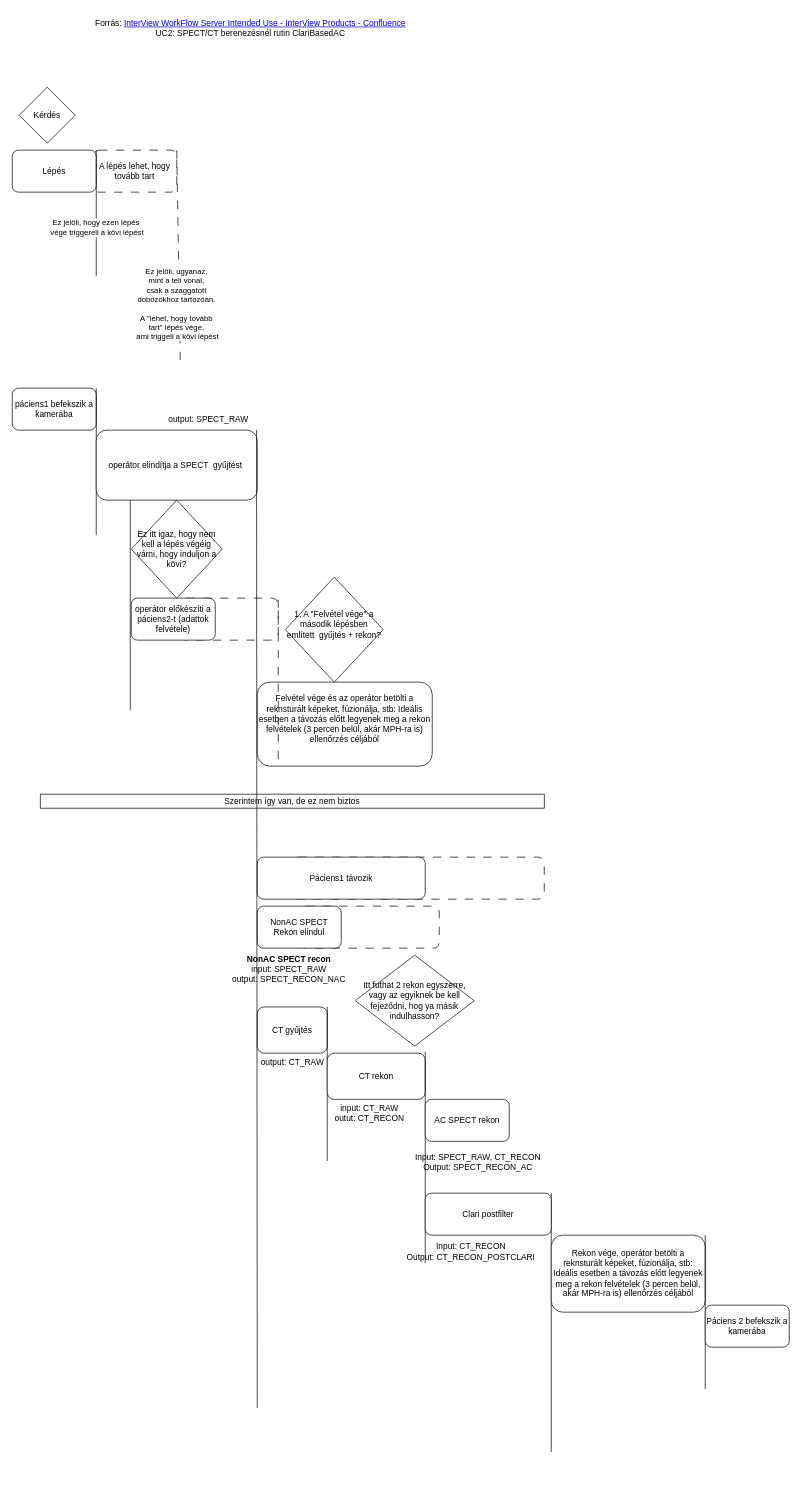
Earlier version of the draw.io diagram IV_Flow_diagram_UC3_SPECT_CT berenezésnél SyCT is készül.drawio (szvatai1985/drawio_files). Source tidied: cells renumbered, new cells numbered last; positions are measured from the earlier drawing's top-left corner, leaving out a move shared by most shapes. Both pictures are drawn from the tidied source at 70%, with x=0, y=0 at pixel (12, 12).
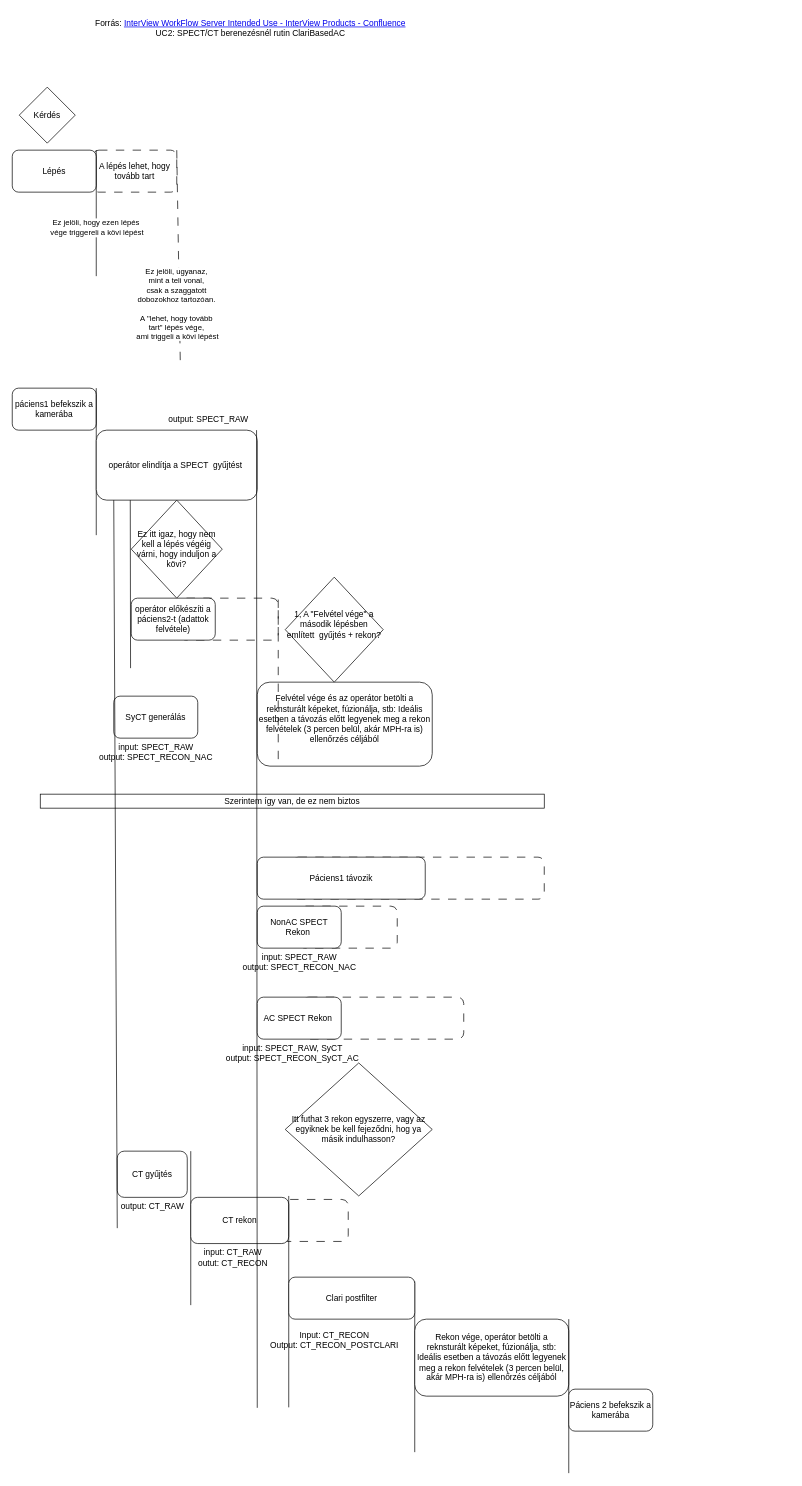
Above is the later version.

Commit message:
készre rajzolva

What changed in the source:
```diff
@@
+    <mxCell id="43" style="rounded=1;whiteSpace=wrap;html=1;dashed=1;dashPattern=12 12;" parent="1" vertex="1">
+      <mxGeometry x="340" y="1696" width="140" height="60" as="geometry" />
+    </mxCell>
@@
     <mxCell id="12" style="endArrow=none;html=1;rounded=0;" parent="1" edge="1">
       <mxGeometry relative="1" as="geometry">
-        <mxPoint x="168.6" y="997" as="sourcePoint" />
+        <mxPoint x="169" y="937" as="sourcePoint" />
         <mxPoint x="168.6" y="697" as="targetPoint" />
       </mxGeometry>
     </mxCell>
@@
     <mxCell id="20" style="rounded=1;whiteSpace=wrap;html=1;dashed=1;dashPattern=12 12;" parent="1" vertex="1">
-      <mxGeometry x="410" y="1277" width="200" height="60" as="geometry" />
+      <mxGeometry x="410" y="1277" width="140" height="60" as="geometry" />
     </mxCell>
@@
-    <mxCell id="24" value="NonAC SPECT Rekon elindul" style="rounded=1;whiteSpace=wrap;html=1;" parent="1" vertex="1">
+    <mxCell id="24" value="NonAC SPECT Rekon&amp;nbsp;" style="rounded=1;whiteSpace=wrap;html=1;" parent="1" vertex="1">
       <mxGeometry x="350" y="1277" width="120" height="60" as="geometry" />
     </mxCell>
     <mxCell id="25" style="endArrow=none;html=1;rounded=0;entryX=1;entryY=0;entryDx=0;entryDy=0;" parent="1" edge="1">
       <mxGeometry relative="1" as="geometry">
-        <mxPoint x="770" y="2057" as="sourcePoint" />
-        <mxPoint x="770" y="1687" as="targetPoint" />
+        <mxPoint x="575" y="2057" as="sourcePoint" />
+        <mxPoint x="575" y="1813" as="targetPoint" />
       </mxGeometry>
     </mxCell>
     <mxCell id="26" value="Rekon vége, operátor betölti a reknsturált képeket, fúzionálja, stb: Ideális esetben a távozás előtt legyenek meg a rekon felvételek (3 percen belül, akár MPH-ra is) ellenőrzés céljából" style="rounded=1;whiteSpace=wrap;html=1;" parent="1" vertex="1">
-      <mxGeometry x="770" y="1747" width="220" height="110" as="geometry" />
+      <mxGeometry x="575" y="1867" width="220" height="110" as="geometry" />
     </mxCell>
     <mxCell id="27" style="endArrow=none;html=1;rounded=0;entryX=1;entryY=0;entryDx=0;entryDy=0;" parent="1" edge="1">
       <mxGeometry relative="1" as="geometry">
-        <mxPoint x="990" y="1967" as="sourcePoint" />
-        <mxPoint x="990" y="1747" as="targetPoint" />
+        <mxPoint x="795" y="2087" as="sourcePoint" />
+        <mxPoint x="795" y="1867" as="targetPoint" />
       </mxGeometry>
     </mxCell>
     <mxCell id="28" value="&lt;div&gt;Páciens 2 befekszik a kamerába&lt;/div&gt;" style="rounded=1;whiteSpace=wrap;html=1;" parent="1" vertex="1">
-      <mxGeometry x="990" y="1847" width="120" height="60" as="geometry" />
+      <mxGeometry x="795" y="1967" width="120" height="60" as="geometry" />
     </mxCell>
@@
-    <mxCell id="30" value="&lt;b&gt;NonAC SPECT recon&lt;/b&gt;&lt;div&gt;&lt;div&gt;input: SPECT_RAW&lt;/div&gt;&lt;div&gt;output: SPECT_RECON_NAC&lt;/div&gt;&lt;/div&gt;" style="text;html=1;align=center;verticalAlign=middle;strokeColor=none;fillColor=none;" parent="1" vertex="1">
-      <mxGeometry x="300" y="1337" width="190" height="60" as="geometry" />
+    <mxCell id="30" value="&lt;div&gt;&lt;div&gt;input: SPECT_RAW&lt;/div&gt;&lt;div&gt;output: SPECT_RECON_NAC&lt;/div&gt;&lt;/div&gt;" style="text;html=1;align=center;verticalAlign=middle;strokeColor=none;fillColor=none;" parent="1" vertex="1">
+      <mxGeometry x="315" y="1337" width="190" height="40" as="geometry" />
     </mxCell>
     <mxCell id="31" value="CT gyűjtés" style="rounded=1;whiteSpace=wrap;html=1;" parent="1" vertex="1">
-      <mxGeometry x="350" y="1421" width="100" height="66" as="geometry" />
+      <mxGeometry x="150" y="1627" width="100" height="66" as="geometry" />
     </mxCell>
     <mxCell id="32" value="&lt;div&gt;output: CT_RAW&lt;/div&gt;" style="text;html=1;align=center;verticalAlign=middle;strokeColor=none;fillColor=none;" parent="1" vertex="1">
-      <mxGeometry x="345" y="1485" width="110" height="30" as="geometry" />
+      <mxGeometry x="145" y="1691" width="110" height="30" as="geometry" />
     </mxCell>
     <mxCell id="33" style="endArrow=none;html=1;rounded=0;entryX=1;entryY=0;entryDx=0;entryDy=0;" parent="1" edge="1">
       <mxGeometry relative="1" as="geometry">
-        <mxPoint x="450" y="1641" as="sourcePoint" />
-        <mxPoint x="450" y="1421" as="targetPoint" />
+        <mxPoint x="255" y="1847" as="sourcePoint" />
+        <mxPoint x="255" y="1627" as="targetPoint" />
       </mxGeometry>
     </mxCell>
     <mxCell id="34" value="CT rekon" style="rounded=1;whiteSpace=wrap;html=1;" parent="1" vertex="1">
-      <mxGeometry x="450" y="1487" width="140" height="66" as="geometry" />
+      <mxGeometry x="255" y="1693" width="140" height="66" as="geometry" />
     </mxCell>
     <mxCell id="35" value="&lt;div&gt;input: CT_RAW&lt;/div&gt;&lt;div&gt;outut: CT_RECON&lt;/div&gt;" style="text;html=1;align=center;verticalAlign=middle;strokeColor=none;fillColor=none;" parent="1" vertex="1">
-      <mxGeometry x="450" y="1553" width="120" height="40" as="geometry" />
+      <mxGeometry x="255" y="1759" width="120" height="40" as="geometry" />
     </mxCell>
     <mxCell id="36" style="endArrow=none;html=1;rounded=0;entryX=1;entryY=0;entryDx=0;entryDy=0;" parent="1" edge="1">
       <mxGeometry relative="1" as="geometry">
-        <mxPoint x="590" y="1787" as="sourcePoint" />
-        <mxPoint x="590" y="1485" as="targetPoint" />
+        <mxPoint x="395" y="1993" as="sourcePoint" />
+        <mxPoint x="395" y="1691" as="targetPoint" />
       </mxGeometry>
     </mxCell>
     <mxCell id="37" value="&lt;div&gt;Clari postfilter&lt;/div&gt;" style="rounded=1;whiteSpace=wrap;html=1;" parent="1" vertex="1">
-      <mxGeometry x="590" y="1687" width="180" height="60" as="geometry" />
+      <mxGeometry x="395" y="1807" width="180" height="60" as="geometry" />
     </mxCell>
     <mxCell id="38" value="&lt;div&gt;Input: CT_RECON&lt;/div&gt;&lt;div&gt;Output: CT_RECON_POSTCLARI&lt;/div&gt;" style="text;html=1;align=center;verticalAlign=middle;strokeColor=none;fillColor=none;" parent="1" vertex="1">
-      <mxGeometry x="550" y="1751" width="210" height="40" as="geometry" />
+      <mxGeometry x="355" y="1877" width="210" height="40" as="geometry" />
     </mxCell>
-    <mxCell id="39" value="AC SPECT rekon" style="rounded=1;whiteSpace=wrap;html=1;" parent="1" vertex="1">
-      <mxGeometry x="590" y="1553" width="120" height="60" as="geometry" />
-    </mxCell>
-    <mxCell id="40" value="&lt;div&gt;Input: SPECT_RAW, CT_RECON&lt;/div&gt;&lt;div&gt;Output: SPECT_RECON_AC&lt;/div&gt;" style="text;html=1;align=center;verticalAlign=middle;strokeColor=none;fillColor=none;" parent="1" vertex="1">
-      <mxGeometry x="565" y="1623" width="200" height="40" as="geometry" />
-    </mxCell>
-    <mxCell id="41" value="Itt futhat 2 rekon egyszerre, vagy az egyiknek be kell fejeződni, hog ya másik indulhasson?" style="rhombus;whiteSpace=wrap;html=1;" parent="1" vertex="1">
-      <mxGeometry x="490" y="1347" width="170" height="130" as="geometry" />
+    <mxCell id="41" value="Itt futhat 3 rekon egyszerre, vagy az egyiknek be kell fejeződni, hog ya másik indulhasson?" style="rhombus;whiteSpace=wrap;html=1;" parent="1" vertex="1">
+      <mxGeometry x="390" y="1501" width="210" height="190" as="geometry" />
     </mxCell>
@@
+    <mxCell id="44" value="SyCT generálás" style="rounded=1;whiteSpace=wrap;html=1;" parent="1" vertex="1">
+      <mxGeometry x="145" y="977" width="120" height="60" as="geometry" />
+    </mxCell>
+    <mxCell id="45" value="&lt;div&gt;input: SPECT_RAW&lt;/div&gt;&lt;div&gt;output: SPECT_RECON_NAC&lt;/div&gt;" style="text;html=1;align=center;verticalAlign=middle;strokeColor=none;fillColor=none;" parent="1" vertex="1">
+      <mxGeometry x="110" y="1037" width="190" height="40" as="geometry" />
+    </mxCell>
+    <mxCell id="46" style="rounded=1;whiteSpace=wrap;html=1;dashed=1;dashPattern=12 12;" parent="1" vertex="1">
+      <mxGeometry x="415" y="1407" width="230" height="60" as="geometry" />
+    </mxCell>
+    <mxCell id="47" value="AC SPECT Rekon&amp;nbsp;" style="rounded=1;whiteSpace=wrap;html=1;" parent="1" vertex="1">
+      <mxGeometry x="350" y="1407" width="120" height="60" as="geometry" />
+    </mxCell>
+    <mxCell id="48" value="&lt;div&gt;&lt;div&gt;input: SPECT_RAW, SyCT&lt;/div&gt;&lt;div&gt;output: SPECT_RECON_SyCT_AC&lt;/div&gt;&lt;/div&gt;" style="text;html=1;align=center;verticalAlign=middle;strokeColor=none;fillColor=none;" parent="1" vertex="1">
+      <mxGeometry x="295" y="1467" width="210" height="40" as="geometry" />
+    </mxCell>
+    <mxCell id="49" style="endArrow=none;html=1;rounded=0;" parent="1" edge="1">
+      <mxGeometry relative="1" as="geometry">
+        <mxPoint x="150" y="1737" as="sourcePoint" />
+        <mxPoint x="145" y="697" as="targetPoint" />
+      </mxGeometry>
+    </mxCell>
```
